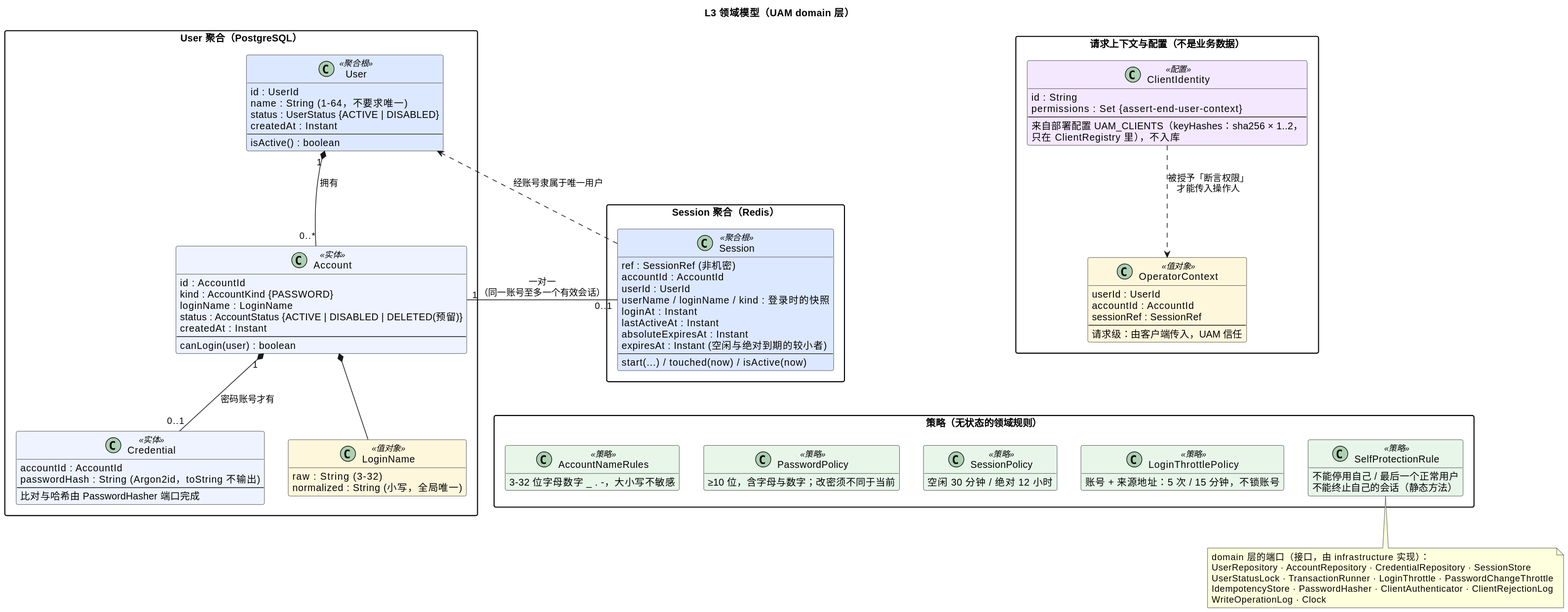
The PlantUML diagram docs/system-design/uam/diagrams/domain-class.svg in xiayy860612/tech-toolkit, before a commit.
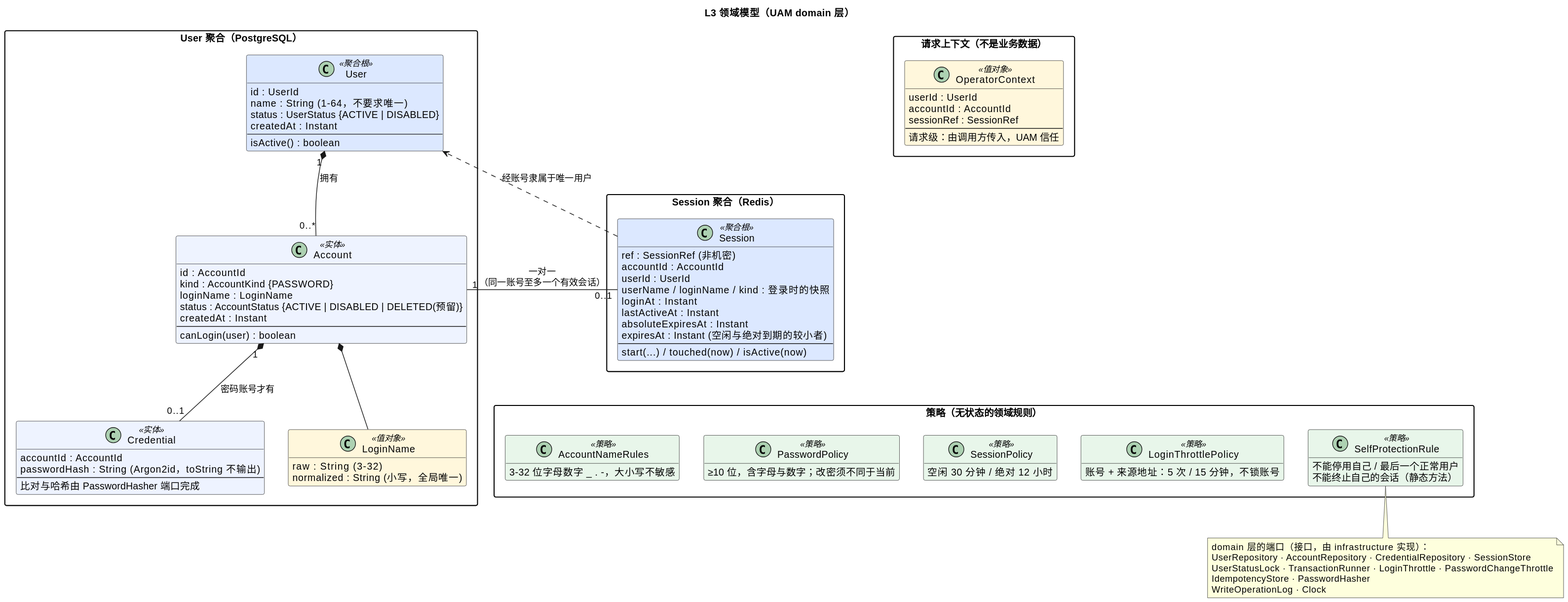
The same file after the commit.

What changed in the source:
```diff
@@ -58,20 +58,13 @@
   }
 }
 
-package "请求上下文与配置（不是业务数据）" {
+package "请求上下文（不是业务数据）" {
   class OperatorContext <<值对象>> {
     userId : UserId
     accountId : AccountId
     sessionRef : SessionRef
     --
-    请求级：由客户端传入，UAM 信任
-  }
-  class ClientIdentity <<配置>> {
-    id : String
-    permissions : Set  {assert-end-user-context}
-    --
-    来自部署配置 UAM_CLIENTS（keyHashes：sha256 × 1..2，
-    只在 ClientRegistry 里），不入库
+    请求级：由调用方传入，UAM 信任
   }
 }
 
@@ -100,8 +93,6 @@
 Account "1" -- "0..1" Session : 一对一\n（同一账号至多一个有效会话）
 Session ..> User : 经账号隶属于唯一用户
 
-ClientIdentity ..> OperatorContext : 被授予「断言权限」\n才能传入操作人
-
 Account -[hidden]down- AccountNameRules
 Session -[hidden]down- SessionPolicy
 
@@ -109,7 +100,7 @@
   domain 层的端口（接口，由 infrastructure 实现）：
   UserRepository · AccountRepository · CredentialRepository · SessionStore
   UserStatusLock · TransactionRunner · LoginThrottle · PasswordChangeThrottle
-  IdempotencyStore · PasswordHasher · ClientAuthenticator · ClientRejectionLog
+  IdempotencyStore · PasswordHasher
   WriteOperationLog · Clock
 end note
 @enduml
```
